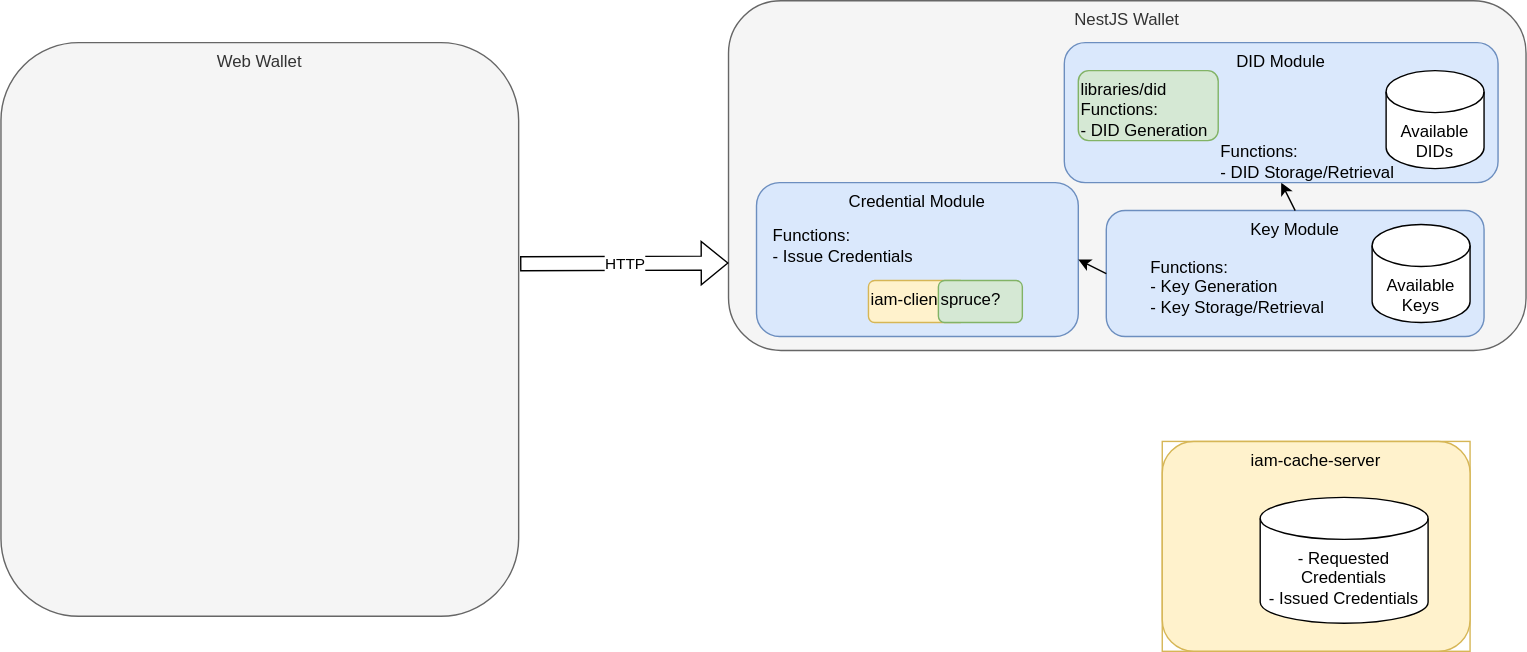
The draw.io diagram ssi-wallet-architecture.drawio.svg in openwallet-foundation-labs/vc-api, before a commit. Source tidied: cells renumbered, new cells last; positions are measured from the earlier drawing's top-left corner, leaving out a move shared by most shapes.
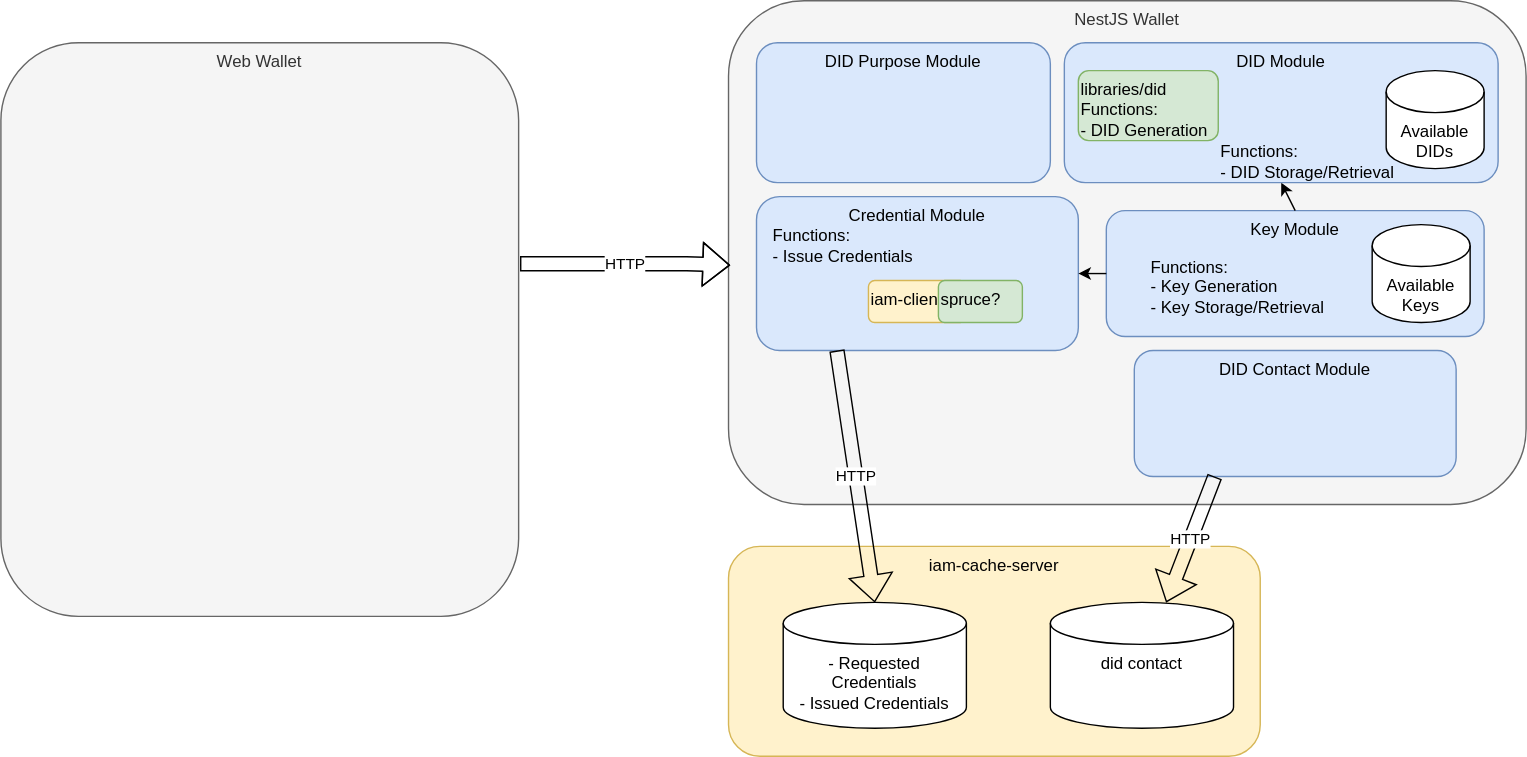
Above is the later version.

Commit message:
docs(README): update arch with new modules

Diff of the diagram source:
```diff
@@ -3,17 +3,8 @@
     <mxCell id="0" />
     <mxCell id="1" parent="0" />
     <mxCell id="2" value="NestJS Wallet" style="rounded=1;whiteSpace=wrap;html=1;verticalAlign=top;fillColor=#f5f5f5;fontColor=#333333;strokeColor=#666666;" parent="1" vertex="1">
-      <mxGeometry x="520" width="570" height="250" as="geometry" />
+      <mxGeometry x="520" width="570" height="360" as="geometry" />
     </mxCell>
-    <mxCell id="3" style="group;fillColor=none;strokeColor=#d6b656;" parent="1" vertex="1">
-      <mxGeometry x="830" y="315" width="220" height="150" as="geometry" />
-    </mxCell>
-    <mxCell id="4" value="iam-cache-server" style="rounded=1;whiteSpace=wrap;html=1;verticalAlign=top;fillColor=#fff2cc;strokeColor=#d6b656;" parent="3" vertex="1">
-      <mxGeometry width="220" height="150" as="geometry" />
-    </mxCell>
-    <mxCell id="5" value="- Requested Credentials&lt;br&gt;- Issued Credentials" style="shape=cylinder3;whiteSpace=wrap;html=1;boundedLbl=1;backgroundOutline=1;size=15;verticalAlign=top;" parent="3" vertex="1">
-      <mxGeometry x="70" y="40" width="120" height="90" as="geometry" />
-    </mxCell>
     <mxCell id="6" value="Key Module" style="rounded=1;whiteSpace=wrap;html=1;verticalAlign=top;fillColor=#dae8fc;strokeColor=#6c8ebf;" parent="1" vertex="1">
       <mxGeometry x="790" y="150" width="270" height="90" as="geometry" />
     </mxCell>
@@ -27,7 +18,7 @@
       <mxGeometry x="820" y="180" width="130" height="50" as="geometry" />
     </mxCell>
     <mxCell id="10" value="Credential Module" style="rounded=1;whiteSpace=wrap;html=1;verticalAlign=top;fillColor=#dae8fc;strokeColor=#6c8ebf;" parent="1" vertex="1">
-      <mxGeometry x="540" y="130" width="230" height="110" as="geometry" />
+      <mxGeometry x="540" y="140" width="230" height="110" as="geometry" />
     </mxCell>
     <mxCell id="11" value="Functions:&lt;br&gt;- Issue Credentials" style="text;html=1;strokeColor=none;fillColor=none;align=left;verticalAlign=middle;whiteSpace=wrap;rounded=0;" parent="1" vertex="1">
       <mxGeometry x="550" y="150" width="150" height="50" as="geometry" />
@@ -38,9 +29,12 @@
     <mxCell id="13" value="iam-client-lib" style="rounded=1;whiteSpace=wrap;html=1;align=left;verticalAlign=top;fillColor=#fff2cc;strokeColor=#d6b656;" parent="1" vertex="1">
       <mxGeometry x="620" y="200" width="70" height="30" as="geometry" />
     </mxCell>
-    <mxCell id="14" value="HTTP" style="shape=flexArrow;endArrow=classic;html=1;rounded=0;entryX=0;entryY=0.75;entryDx=0;entryDy=0;" parent="1" edge="1" target="2">
+    <mxCell id="14" value="HTTP" style="shape=flexArrow;endArrow=classic;html=1;rounded=0;entryX=0.002;entryY=0.525;entryDx=0;entryDy=0;entryPerimeter=0;" parent="1" edge="1" target="2">
       <mxGeometry relative="1" as="geometry">
         <mxPoint x="371" y="188" as="sourcePoint" />
+        <Array as="points">
+          <mxPoint x="490" y="188" />
+        </Array>
       </mxGeometry>
     </mxCell>
     <mxCell id="15" value="DID Module" style="rounded=1;whiteSpace=wrap;html=1;verticalAlign=top;fillColor=#dae8fc;strokeColor=#6c8ebf;" parent="1" vertex="1">
@@ -61,5 +55,26 @@
     <mxCell id="20" value="spruce?" style="rounded=1;whiteSpace=wrap;html=1;align=left;verticalAlign=top;fillColor=#d5e8d4;strokeColor=#82b366;" parent="1" vertex="1">
       <mxGeometry x="670" y="200" width="60" height="30" as="geometry" />
     </mxCell>
+    <mxCell id="21" value="DID Purpose Module" style="rounded=1;whiteSpace=wrap;html=1;verticalAlign=top;fillColor=#dae8fc;strokeColor=#6c8ebf;" parent="1" vertex="1">
+      <mxGeometry x="540" y="30" width="210" height="100" as="geometry" />
+    </mxCell>
+    <mxCell id="22" value="DID Contact Module" style="rounded=1;whiteSpace=wrap;html=1;verticalAlign=top;fillColor=#dae8fc;strokeColor=#6c8ebf;" parent="1" vertex="1">
+      <mxGeometry x="810" y="250" width="230" height="90" as="geometry" />
+    </mxCell>
+    <mxCell id="4" value="&lt;font color=&quot;#030303&quot;&gt;iam-cache-server&lt;/font&gt;" style="rounded=1;whiteSpace=wrap;html=1;verticalAlign=top;fillColor=#fff2cc;strokeColor=#d6b656;" parent="1" vertex="1">
+      <mxGeometry x="520" y="390" width="380" height="150" as="geometry" />
+    </mxCell>
+    <mxCell id="5" value="did contact" style="shape=cylinder3;whiteSpace=wrap;html=1;boundedLbl=1;backgroundOutline=1;size=15;verticalAlign=top;" parent="1" vertex="1">
+      <mxGeometry x="750" y="430" width="130.9" height="90" as="geometry" />
+    </mxCell>
+    <mxCell id="23" value="- Requested Credentials&lt;br&gt;- Issued Credentials" style="shape=cylinder3;whiteSpace=wrap;html=1;boundedLbl=1;backgroundOutline=1;size=15;verticalAlign=top;" parent="1" vertex="1">
+      <mxGeometry x="559.1" y="430" width="130.9" height="90" as="geometry" />
+    </mxCell>
+    <mxCell id="24" value="HTTP" style="shape=flexArrow;endArrow=classic;html=1;rounded=0;entryX=0.5;entryY=0;entryDx=0;entryDy=0;entryPerimeter=0;exitX=0.25;exitY=1;exitDx=0;exitDy=0;" parent="1" edge="1" source="10" target="23">
+      <mxGeometry relative="1" as="geometry" />
+    </mxCell>
+    <mxCell id="25" value="HTTP" style="shape=flexArrow;endArrow=classic;html=1;rounded=0;exitX=0.25;exitY=1;exitDx=0;exitDy=0;" parent="1" edge="1" source="22" target="5">
+      <mxGeometry relative="1" as="geometry" />
+    </mxCell>
   </root>
 </mxGraphModel>
```
